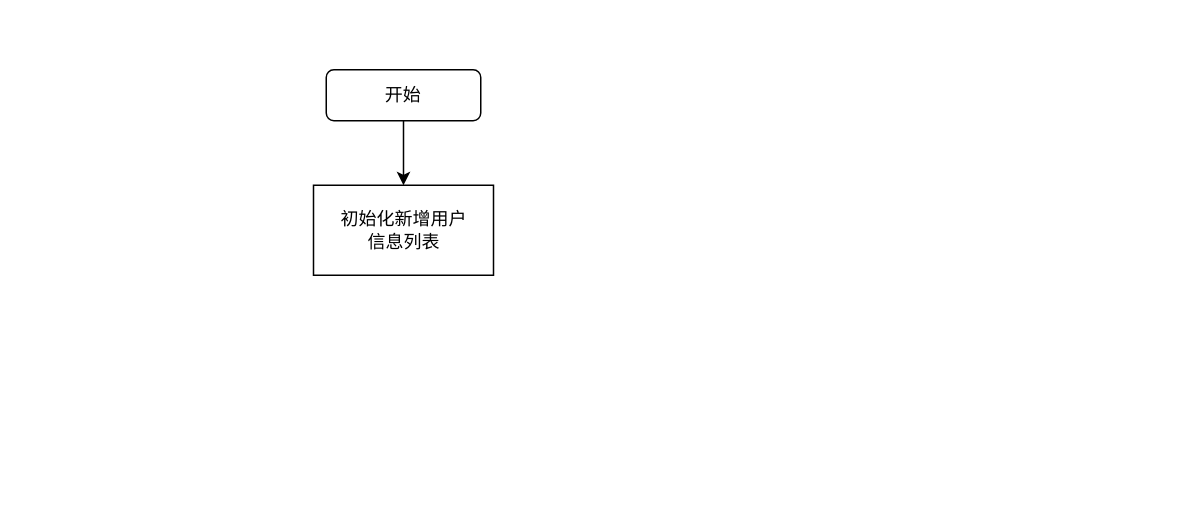
This is 程序逻辑流程图.drawio from ZhihangTang/Cruise, a draw.io file, before an edit. Source tidied: cells renumbered, new cells numbered last; positions are measured from the earlier drawing's top-left corner, leaving out a move shared by most shapes. Both pictures are drawn from the tidied source at 150%, with x=0, y=0 at pixel (314, 69).
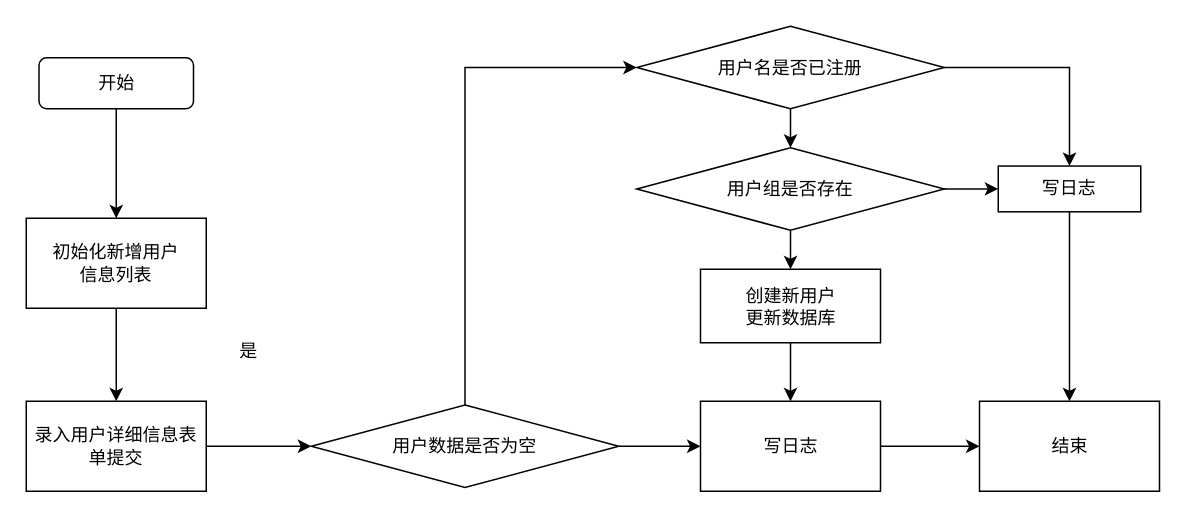
After the change.

Commit message (it also covers changes not shown here):
Update 程序逻辑流程图.drawio

Diff of the diagram source:
```diff
@@
     <mxCell id="3" value="开始" style="rounded=1;whiteSpace=wrap;html=1;" parent="1" vertex="1">
-      <mxGeometry x="8" width="103" height="34" as="geometry" />
+      <mxGeometry x="-183.5" y="-8" width="103" height="34" as="geometry" />
     </mxCell>
+    <mxCell id="5" style="edgeStyle=orthogonalEdgeStyle;rounded=0;jettySize=auto;html=1;" parent="1" edge="1" source="4" target="7">
+      <mxGeometry relative="1" as="geometry" />
+    </mxCell>
     <mxCell id="4" value="初始化新增用户&lt;br&gt;信息列表" style="rounded=0;whiteSpace=wrap;html=1;" parent="1" vertex="1">
-      <mxGeometry x="-0.5" y="77" width="120" height="60" as="geometry" />
+      <mxGeometry x="-192" y="99" width="120" height="60" as="geometry" />
     </mxCell>
+    <mxCell id="6" style="edgeStyle=orthogonalEdgeStyle;rounded=0;jettySize=auto;html=1;" parent="1" edge="1" source="7" target="10">
+      <mxGeometry relative="1" as="geometry" />
+    </mxCell>
+    <mxCell id="7" value="录入用户详细信息表单提交" style="rounded=0;whiteSpace=wrap;html=1;" parent="1" vertex="1">
+      <mxGeometry x="-192" y="221" width="120" height="60" as="geometry" />
+    </mxCell>
+    <mxCell id="8" style="edgeStyle=orthogonalEdgeStyle;rounded=0;jettySize=auto;html=1;entryX=0;entryY=0.5;entryDx=0;entryDy=0;exitX=0.5;exitY=0;exitDx=0;exitDy=0;" parent="1" edge="1" source="10" target="15">
+      <mxGeometry relative="1" as="geometry" />
+    </mxCell>
+    <mxCell id="9" style="edgeStyle=orthogonalEdgeStyle;rounded=0;jettySize=auto;html=1;exitX=1;exitY=0.5;exitDx=0;exitDy=0;" parent="1" edge="1" source="10" target="20">
+      <mxGeometry relative="1" as="geometry" />
+    </mxCell>
+    <mxCell id="10" value="用户数据是否为空" style="rhombus;whiteSpace=wrap;html=1;" parent="1" vertex="1">
+      <mxGeometry x="-2" y="223.5" width="205" height="55" as="geometry" />
+    </mxCell>
+    <mxCell id="11" value="结束" style="whiteSpace=wrap;html=1;" parent="1" vertex="1">
+      <mxGeometry x="443.5" y="221" width="120" height="60" as="geometry" />
+    </mxCell>
+    <mxCell id="12" value="是" style="text;html=1;align=center;verticalAlign=middle;strokeColor=none;fillColor=none;" parent="1" vertex="1">
+      <mxGeometry x="-55.5" y="179" width="22" height="18" as="geometry" />
+    </mxCell>
+    <mxCell id="13" style="edgeStyle=orthogonalEdgeStyle;rounded=0;jettySize=auto;html=1;" parent="1" edge="1" source="15" target="18">
+      <mxGeometry relative="1" as="geometry" />
+    </mxCell>
+    <mxCell id="14" style="edgeStyle=orthogonalEdgeStyle;rounded=0;jettySize=auto;html=1;exitX=1;exitY=0.5;exitDx=0;exitDy=0;entryX=0.5;entryY=0;entryDx=0;entryDy=0;" parent="1" edge="1" source="15" target="24">
+      <mxGeometry relative="1" as="geometry" />
+    </mxCell>
+    <mxCell id="15" value="用户名是否已注册" style="rhombus;whiteSpace=wrap;html=1;" parent="1" vertex="1">
+      <mxGeometry x="215" y="-29" width="205" height="55" as="geometry" />
+    </mxCell>
+    <mxCell id="16" style="edgeStyle=orthogonalEdgeStyle;rounded=0;jettySize=auto;html=1;" parent="1" edge="1" source="18" target="22">
+      <mxGeometry relative="1" as="geometry" />
+    </mxCell>
+    <mxCell id="17" style="edgeStyle=orthogonalEdgeStyle;rounded=0;jettySize=auto;html=1;exitX=1;exitY=0.5;exitDx=0;exitDy=0;entryX=0;entryY=0.5;entryDx=0;entryDy=0;" parent="1" edge="1" source="18" target="24">
+      <mxGeometry relative="1" as="geometry" />
+    </mxCell>
+    <mxCell id="18" value="用户组是否存在" style="rhombus;whiteSpace=wrap;html=1;" parent="1" vertex="1">
+      <mxGeometry x="215" y="52" width="205" height="55" as="geometry" />
+    </mxCell>
+    <mxCell id="19" style="edgeStyle=orthogonalEdgeStyle;rounded=0;jettySize=auto;html=1;exitX=1;exitY=0.5;exitDx=0;exitDy=0;entryX=0;entryY=0.5;entryDx=0;entryDy=0;" parent="1" edge="1" source="20" target="11">
+      <mxGeometry relative="1" as="geometry" />
+    </mxCell>
+    <mxCell id="20" value="写日志" style="whiteSpace=wrap;html=1;" parent="1" vertex="1">
+      <mxGeometry x="257.5" y="221" width="120" height="60" as="geometry" />
+    </mxCell>
+    <mxCell id="21" style="edgeStyle=orthogonalEdgeStyle;rounded=0;jettySize=auto;html=1;" parent="1" edge="1" source="22" target="20">
+      <mxGeometry relative="1" as="geometry" />
+    </mxCell>
+    <mxCell id="22" value="创建新用户&lt;br&gt;更新数据库" style="whiteSpace=wrap;html=1;" parent="1" vertex="1">
+      <mxGeometry x="257.5" y="133" width="120" height="49" as="geometry" />
+    </mxCell>
+    <mxCell id="23" style="edgeStyle=orthogonalEdgeStyle;rounded=0;jettySize=auto;html=1;exitX=0.5;exitY=1;exitDx=0;exitDy=0;" parent="1" edge="1" source="24" target="11">
+      <mxGeometry relative="1" as="geometry" />
+    </mxCell>
+    <mxCell id="24" value="写日志" style="whiteSpace=wrap;html=1;" parent="1" vertex="1">
+      <mxGeometry x="456" y="64.2" width="95" height="30.5" as="geometry" />
+    </mxCell>
```
